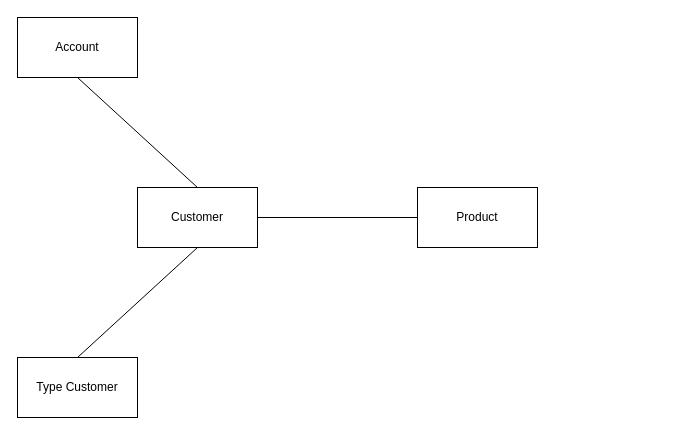
This is Module 6/ERD HoangPT Sprint 2.drawio from SkyPTH/C1022G1-Phan-Tuan-Hoang, a draw.io file, before an edit. Source tidied: cells renumbered, new cells numbered last; positions are measured from the earlier drawing's top-left corner, leaving out a move shared by most shapes. Both pictures are drawn from the tidied source at 100%, with x=0, y=0 at pixel (17, 17).
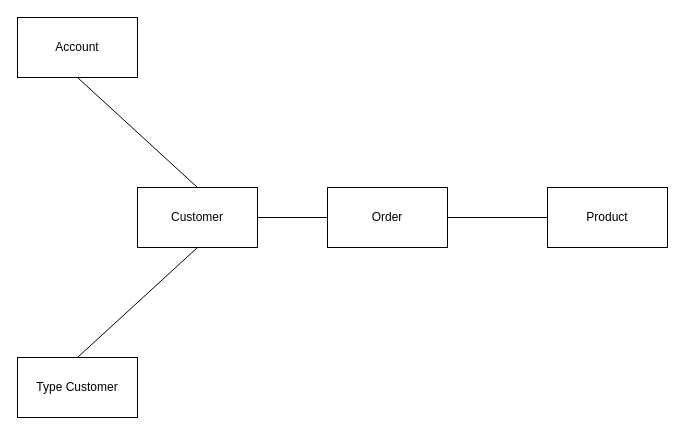
The same page after the edit.

What changed in the source:
```diff
@@
 <mxGraphModel>
   <root>
     <mxCell id="0" />
     <mxCell id="1" parent="0" />
     <mxCell id="2" value="Customer&lt;br&gt;" style="rounded=0;whiteSpace=wrap;html=1;" parent="1" vertex="1">
       <mxGeometry x="120" y="170" width="120" height="60" as="geometry" />
     </mxCell>
-    <mxCell id="3" value="Product" style="rounded=0;whiteSpace=wrap;html=1;" parent="1" vertex="1">
-      <mxGeometry x="400" y="170" width="120" height="60" as="geometry" />
+    <mxCell id="3" value="Order" style="rounded=0;whiteSpace=wrap;html=1;" parent="1" vertex="1">
+      <mxGeometry x="310" y="170" width="120" height="60" as="geometry" />
     </mxCell>
     <mxCell id="4" value="Account" style="rounded=0;whiteSpace=wrap;html=1;" parent="1" vertex="1">
       <mxGeometry width="120" height="60" as="geometry" />
     </mxCell>
     <mxCell id="5" value="Type Customer" style="rounded=0;whiteSpace=wrap;html=1;" parent="1" vertex="1">
       <mxGeometry y="340" width="120" height="60" as="geometry" />
     </mxCell>
     <mxCell id="6" style="endArrow=none;html=1;rounded=0;exitX=0.5;exitY=0;exitDx=0;exitDy=0;entryX=0.5;entryY=1;entryDx=0;entryDy=0;" parent="1" edge="1" source="5" target="2">
       <mxGeometry relative="1" as="geometry" />
     </mxCell>
     <mxCell id="7" style="endArrow=none;html=1;rounded=0;entryX=0;entryY=0.5;entryDx=0;entryDy=0;exitX=1;exitY=0.5;exitDx=0;exitDy=0;" parent="1" edge="1" source="2" target="3">
       <mxGeometry relative="1" as="geometry" />
     </mxCell>
     <mxCell id="8" style="endArrow=none;html=1;rounded=0;exitX=0.5;exitY=0;exitDx=0;exitDy=0;entryX=0.5;entryY=1;entryDx=0;entryDy=0;" parent="1" edge="1" source="2" target="4">
       <mxGeometry relative="1" as="geometry" />
     </mxCell>
+    <mxCell id="9" value="Product" style="rounded=0;whiteSpace=wrap;html=1;" parent="1" vertex="1">
+      <mxGeometry x="530" y="170" width="120" height="60" as="geometry" />
+    </mxCell>
+    <mxCell id="10" style="endArrow=none;html=1;rounded=0;entryX=0;entryY=0.5;entryDx=0;entryDy=0;exitX=1;exitY=0.5;exitDx=0;exitDy=0;" parent="1" edge="1" source="3" target="9">
+      <mxGeometry relative="1" as="geometry" />
+    </mxCell>
   </root>
 </mxGraphModel>
```
